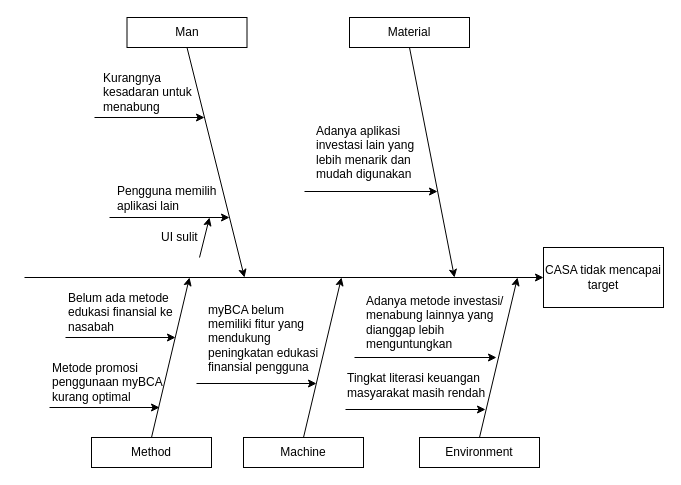
Earlier version of the draw.io diagram fishbone.drawio (nicolenatsh/Nicole). Source tidied: cells renumbered, new cells numbered last; positions are measured from the earlier drawing's top-left corner, leaving out a move shared by most shapes. Both pictures are drawn from the tidied source at 100%, with x=0, y=0 at pixel (24, 17).
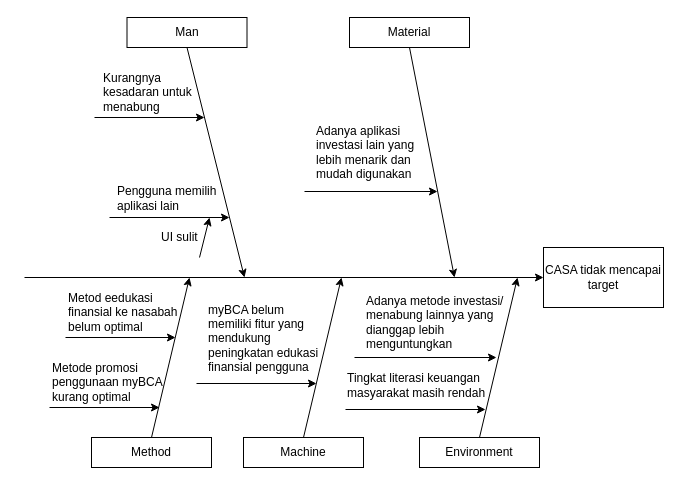
Above is the later version.

What changed in the source:
```diff
@@
-    <mxCell id="19" value="Belum ada metode edukasi finansial ke nasabah" style="text;html=1;align=left;verticalAlign=middle;whiteSpace=wrap;rounded=0;" parent="1" vertex="1">
+    <mxCell id="19" value="Metod eedukasi finansial ke nasabah belum optimal" style="text;html=1;align=left;verticalAlign=middle;whiteSpace=wrap;rounded=0;" parent="1" vertex="1">
       <mxGeometry x="42" y="280" width="118" height="30" as="geometry" />
     </mxCell>
```
